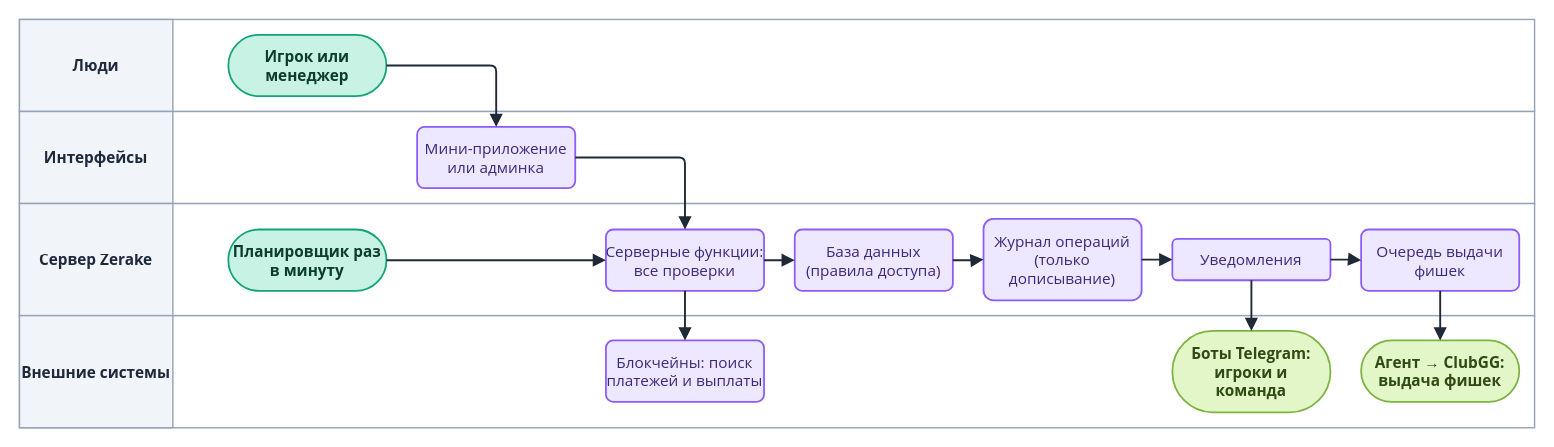
Earlier version of the draw.io diagram diagrams/drawio/architecture.drawio (LILSUFFER/zerake-docs). Source tidied: cells renumbered, new cells numbered last; positions are measured from the earlier drawing's top-left corner, leaving out a move shared by most shapes. Both pictures are drawn from the tidied source at 118%, with x=0, y=0 at pixel (19, 19).
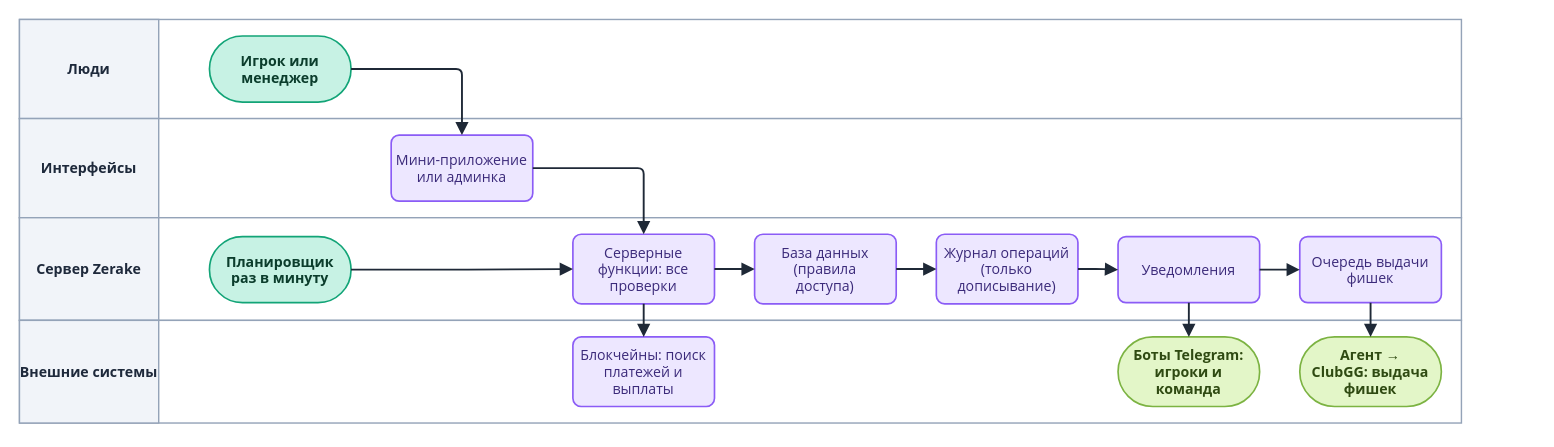
Above is the later version.

The edit, as a diff of the source:
```diff
@@
     <mxCell id="2" style="rounded=0;html=0;fillColor=#FFFFFF;strokeColor=#94A3B8;strokeWidth=1.2;" parent="1" vertex="1">
-      <mxGeometry width="1284" height="78" as="geometry" />
+      <mxGeometry width="1222" height="84" as="geometry" />
     </mxCell>
-    <mxCell id="3" value="Люди" style="rounded=0;html=0;fillColor=#F1F4F9;strokeColor=#94A3B8;strokeWidth=1.2;fontColor=#1E293B;fontStyle=1;fontSize=13;fontFamily=Segoe UI;align=center;verticalAlign=middle;" parent="1" vertex="1">
-      <mxGeometry width="130" height="78" as="geometry" />
+    <mxCell id="3" value="Люди" style="rounded=0;html=0;fillColor=#F1F4F9;strokeColor=#94A3B8;strokeWidth=1.2;fontColor=#1E293B;fontStyle=1;fontSize=12;fontFamily=Segoe UI;align=center;verticalAlign=middle;" parent="1" vertex="1">
+      <mxGeometry width="118" height="84" as="geometry" />
     </mxCell>
     <mxCell id="4" style="rounded=0;html=0;fillColor=#FFFFFF;strokeColor=#94A3B8;strokeWidth=1.2;" parent="1" vertex="1">
-      <mxGeometry y="78" width="1284" height="78" as="geometry" />
+      <mxGeometry y="84" width="1222" height="84" as="geometry" />
     </mxCell>
-    <mxCell id="5" value="Интерфейсы" style="rounded=0;html=0;fillColor=#F1F4F9;strokeColor=#94A3B8;strokeWidth=1.2;fontColor=#1E293B;fontStyle=1;fontSize=13;fontFamily=Segoe UI;align=center;verticalAlign=middle;" parent="1" vertex="1">
-      <mxGeometry y="78" width="130" height="78" as="geometry" />
+    <mxCell id="5" value="Интерфейсы" style="rounded=0;html=0;fillColor=#F1F4F9;strokeColor=#94A3B8;strokeWidth=1.2;fontColor=#1E293B;fontStyle=1;fontSize=12;fontFamily=Segoe UI;align=center;verticalAlign=middle;" parent="1" vertex="1">
+      <mxGeometry y="84" width="118" height="84" as="geometry" />
     </mxCell>
     <mxCell id="6" style="rounded=0;html=0;fillColor=#FFFFFF;strokeColor=#94A3B8;strokeWidth=1.2;" parent="1" vertex="1">
-      <mxGeometry y="156" width="1284" height="95" as="geometry" />
+      <mxGeometry y="168" width="1222" height="87" as="geometry" />
     </mxCell>
-    <mxCell id="7" value="Сервер Zerake" style="rounded=0;html=0;fillColor=#F1F4F9;strokeColor=#94A3B8;strokeWidth=1.2;fontColor=#1E293B;fontStyle=1;fontSize=13;fontFamily=Segoe UI;align=center;verticalAlign=middle;" parent="1" vertex="1">
-      <mxGeometry y="156" width="130" height="95" as="geometry" />
+    <mxCell id="7" value="Сервер Zerake" style="rounded=0;html=0;fillColor=#F1F4F9;strokeColor=#94A3B8;strokeWidth=1.2;fontColor=#1E293B;fontStyle=1;fontSize=12;fontFamily=Segoe UI;align=center;verticalAlign=middle;" parent="1" vertex="1">
+      <mxGeometry y="168" width="118" height="87" as="geometry" />
     </mxCell>
     <mxCell id="8" style="rounded=0;html=0;fillColor=#FFFFFF;strokeColor=#94A3B8;strokeWidth=1.2;" parent="1" vertex="1">
-      <mxGeometry y="251" width="1284" height="95" as="geometry" />
+      <mxGeometry y="255" width="1222" height="87" as="geometry" />
     </mxCell>
-    <mxCell id="9" value="Внешние системы" style="rounded=0;html=0;fillColor=#F1F4F9;strokeColor=#94A3B8;strokeWidth=1.2;fontColor=#1E293B;fontStyle=1;fontSize=13;fontFamily=Segoe UI;align=center;verticalAlign=middle;" parent="1" vertex="1">
-      <mxGeometry y="251" width="130" height="95" as="geometry" />
+    <mxCell id="9" value="Внешние системы" style="rounded=0;html=0;fillColor=#F1F4F9;strokeColor=#94A3B8;strokeWidth=1.2;fontColor=#1E293B;fontStyle=1;fontSize=12;fontFamily=Segoe UI;align=center;verticalAlign=middle;" parent="1" vertex="1">
+      <mxGeometry y="255" width="118" height="87" as="geometry" />
     </mxCell>
-    <mxCell id="10" value="Игрок или&#10;менеджер" style="rounded=1;arcSize=50;html=0;fontStyle=1;fillColor=#C7F2E4;strokeColor=#12A477;fontColor=#0B3D2C;fontFamily=Segoe UI;fontSize=13;strokeWidth=1.5;" parent="1" vertex="1">
-      <mxGeometry x="177" y="13" width="134" height="52" as="geometry" />
+    <mxCell id="10" value="Игрок или&#10;менеджер" style="rounded=1;arcSize=50;html=0;fontStyle=1;fillColor=#C7F2E4;strokeColor=#12A477;fontColor=#0B3D2C;fontFamily=Segoe UI;fontSize=12;strokeWidth=1.4;" parent="1" vertex="1">
+      <mxGeometry x="161" y="14" width="120" height="56" as="geometry" />
     </mxCell>
-    <mxCell id="11" value="Мини-приложение&#10;или админка" style="rounded=1;arcSize=12;html=0;fillColor=#EDE7FF;strokeColor=#8B5CF6;fontColor=#3B2A7A;fontFamily=Segoe UI;fontSize=13;strokeWidth=1.5;" parent="1" vertex="1">
-      <mxGeometry x="337" y="91" width="134" height="52" as="geometry" />
+    <mxCell id="11" value="Мини-приложение&#10;или админка" style="rounded=1;arcSize=12;html=0;fillColor=#EDE7FF;strokeColor=#8B5CF6;fontColor=#3B2A7A;fontFamily=Segoe UI;fontSize=12;strokeWidth=1.4;" parent="1" vertex="1">
+      <mxGeometry x="315" y="98" width="120" height="56" as="geometry" />
     </mxCell>
-    <mxCell id="12" value="Планировщик раз&#10;в минуту" style="rounded=1;arcSize=50;html=0;fontStyle=1;fillColor=#C7F2E4;strokeColor=#12A477;fontColor=#0B3D2C;fontFamily=Segoe UI;fontSize=13;strokeWidth=1.5;" parent="1" vertex="1">
-      <mxGeometry x="177" y="178" width="134" height="52" as="geometry" />
+    <mxCell id="12" value="Планировщик&#10;раз в минуту" style="rounded=1;arcSize=50;html=0;fontStyle=1;fillColor=#C7F2E4;strokeColor=#12A477;fontColor=#0B3D2C;fontFamily=Segoe UI;fontSize=12;strokeWidth=1.4;" parent="1" vertex="1">
+      <mxGeometry x="161" y="184" width="120" height="56" as="geometry" />
     </mxCell>
-    <mxCell id="13" value="Серверные функции:&#10;все проверки" style="rounded=1;arcSize=12;html=0;fillColor=#EDE7FF;strokeColor=#8B5CF6;fontColor=#3B2A7A;fontFamily=Segoe UI;fontSize=13;strokeWidth=1.5;" parent="1" vertex="1">
-      <mxGeometry x="497" y="178" width="134" height="52" as="geometry" />
+    <mxCell id="13" value="Серверные&#10;функции: все&#10;проверки" style="rounded=1;arcSize=12;html=0;fillColor=#EDE7FF;strokeColor=#8B5CF6;fontColor=#3B2A7A;fontFamily=Segoe UI;fontSize=12;strokeWidth=1.4;" parent="1" vertex="1">
+      <mxGeometry x="469" y="182" width="120" height="59" as="geometry" />
     </mxCell>
-    <mxCell id="14" value="Блокчейны: поиск&#10;платежей и выплаты" style="rounded=1;arcSize=12;html=0;fillColor=#EDE7FF;strokeColor=#8B5CF6;fontColor=#3B2A7A;fontFamily=Segoe UI;fontSize=13;strokeWidth=1.5;" parent="1" vertex="1">
-      <mxGeometry x="497" y="272" width="134" height="52" as="geometry" />
+    <mxCell id="14" value="Блокчейны: поиск&#10;платежей и&#10;выплаты" style="rounded=1;arcSize=12;html=0;fillColor=#EDE7FF;strokeColor=#8B5CF6;fontColor=#3B2A7A;fontFamily=Segoe UI;fontSize=12;strokeWidth=1.4;" parent="1" vertex="1">
+      <mxGeometry x="469" y="269" width="120" height="59" as="geometry" />
     </mxCell>
-    <mxCell id="15" value="База данных&#10;(правила доступа)" style="rounded=1;arcSize=12;html=0;fillColor=#EDE7FF;strokeColor=#8B5CF6;fontColor=#3B2A7A;fontFamily=Segoe UI;fontSize=13;strokeWidth=1.5;" parent="1" vertex="1">
-      <mxGeometry x="657" y="178" width="134" height="52" as="geometry" />
+    <mxCell id="15" value="База данных&#10;(правила&#10;доступа)" style="rounded=1;arcSize=12;html=0;fillColor=#EDE7FF;strokeColor=#8B5CF6;fontColor=#3B2A7A;fontFamily=Segoe UI;fontSize=12;strokeWidth=1.4;" parent="1" vertex="1">
+      <mxGeometry x="623" y="182" width="120" height="59" as="geometry" />
     </mxCell>
-    <mxCell id="16" value="Журнал операций&#10;(только&#10;дописывание)" style="rounded=1;arcSize=12;html=0;fillColor=#EDE7FF;strokeColor=#8B5CF6;fontColor=#3B2A7A;fontFamily=Segoe UI;fontSize=13;strokeWidth=1.5;" parent="1" vertex="1">
-      <mxGeometry x="817" y="169" width="134" height="69" as="geometry" />
+    <mxCell id="16" value="Журнал операций&#10;(только&#10;дописывание)" style="rounded=1;arcSize=12;html=0;fillColor=#EDE7FF;strokeColor=#8B5CF6;fontColor=#3B2A7A;fontFamily=Segoe UI;fontSize=12;strokeWidth=1.4;" parent="1" vertex="1">
+      <mxGeometry x="777" y="182" width="120" height="59" as="geometry" />
     </mxCell>
-    <mxCell id="17" value="Уведомления" style="rounded=1;arcSize=12;html=0;fillColor=#EDE7FF;strokeColor=#8B5CF6;fontColor=#3B2A7A;fontFamily=Segoe UI;fontSize=13;strokeWidth=1.5;" parent="1" vertex="1">
-      <mxGeometry x="977" y="186" width="134" height="35" as="geometry" />
+    <mxCell id="17" value="Уведомления" style="rounded=1;arcSize=12;html=0;fillColor=#EDE7FF;strokeColor=#8B5CF6;fontColor=#3B2A7A;fontFamily=Segoe UI;fontSize=12;strokeWidth=1.4;" parent="1" vertex="1">
+      <mxGeometry x="931" y="184" width="120" height="56" as="geometry" />
     </mxCell>
-    <mxCell id="18" value="Боты Telegram:&#10;игроки и&#10;команда" style="rounded=1;arcSize=50;html=0;fontStyle=1;fillColor=#E3F6C8;strokeColor=#7CB342;fontColor=#2F4A12;fontFamily=Segoe UI;fontSize=13;strokeWidth=1.5;" parent="1" vertex="1">
-      <mxGeometry x="977" y="264" width="134" height="69" as="geometry" />
+    <mxCell id="18" value="Боты Telegram:&#10;игроки и&#10;команда" style="rounded=1;arcSize=50;html=0;fontStyle=1;fillColor=#E3F6C8;strokeColor=#7CB342;fontColor=#2F4A12;fontFamily=Segoe UI;fontSize=12;strokeWidth=1.4;" parent="1" vertex="1">
+      <mxGeometry x="931" y="269" width="120" height="59" as="geometry" />
     </mxCell>
-    <mxCell id="19" value="Очередь выдачи&#10;фишек" style="rounded=1;arcSize=12;html=0;fillColor=#EDE7FF;strokeColor=#8B5CF6;fontColor=#3B2A7A;fontFamily=Segoe UI;fontSize=13;strokeWidth=1.5;" parent="1" vertex="1">
-      <mxGeometry x="1137" y="178" width="134" height="52" as="geometry" />
+    <mxCell id="19" value="Очередь выдачи&#10;фишек" style="rounded=1;arcSize=12;html=0;fillColor=#EDE7FF;strokeColor=#8B5CF6;fontColor=#3B2A7A;fontFamily=Segoe UI;fontSize=12;strokeWidth=1.4;" parent="1" vertex="1">
+      <mxGeometry x="1085" y="184" width="120" height="56" as="geometry" />
     </mxCell>
-    <mxCell id="20" value="Агент → ClubGG:&#10;выдача фишек" style="rounded=1;arcSize=50;html=0;fontStyle=1;fillColor=#E3F6C8;strokeColor=#7CB342;fontColor=#2F4A12;fontFamily=Segoe UI;fontSize=13;strokeWidth=1.5;" parent="1" vertex="1">
-      <mxGeometry x="1137" y="272" width="134" height="52" as="geometry" />
+    <mxCell id="20" value="Агент →&#10;ClubGG: выдача&#10;фишек" style="rounded=1;arcSize=50;html=0;fontStyle=1;fillColor=#E3F6C8;strokeColor=#7CB342;fontColor=#2F4A12;fontFamily=Segoe UI;fontSize=12;strokeWidth=1.4;" parent="1" vertex="1">
+      <mxGeometry x="1085" y="269" width="120" height="59" as="geometry" />
     </mxCell>
```
